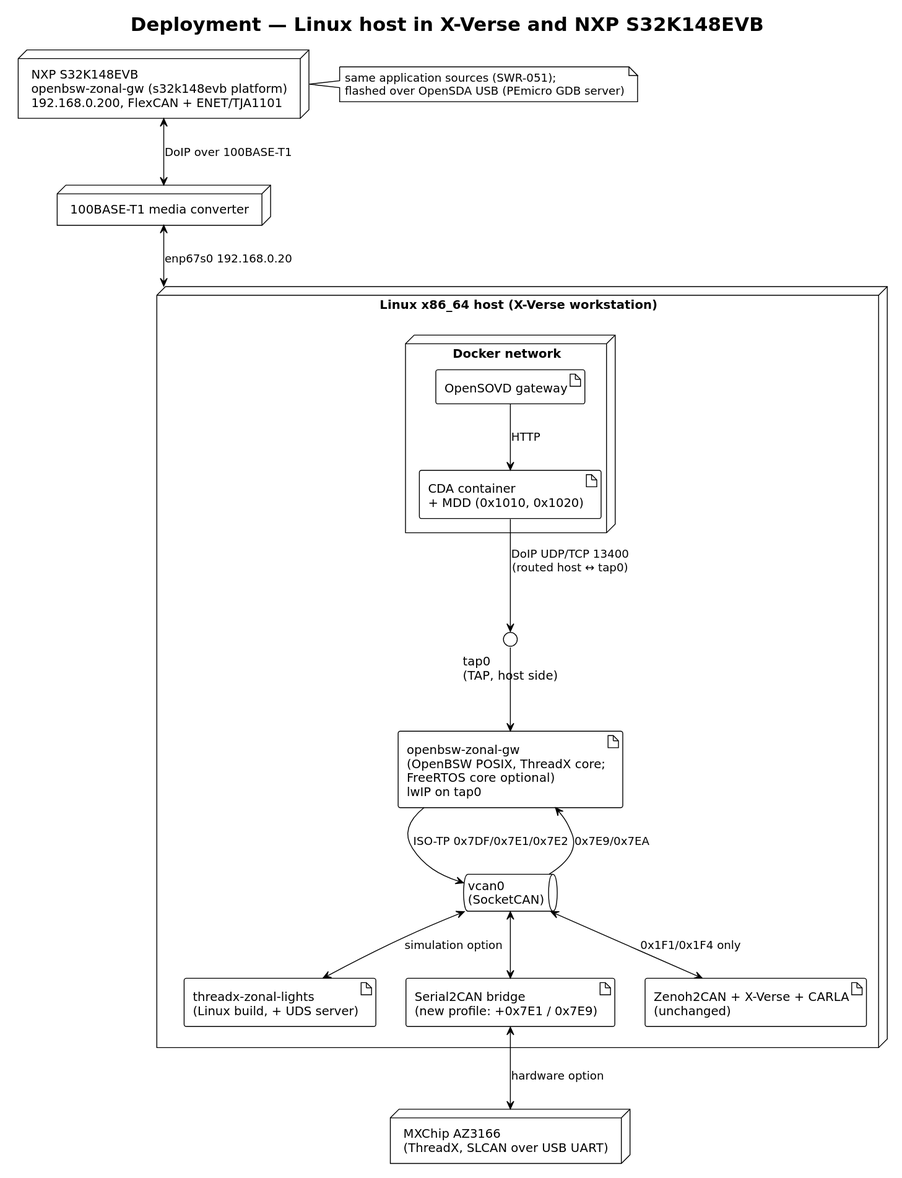
This is OpenBSW/aspice/report/diagrams/deployment.svg from Eclipse-SDV-Hackathon-Chapter-Four/Thinking_CAPs, a PlantUML export, as it was before one commit.
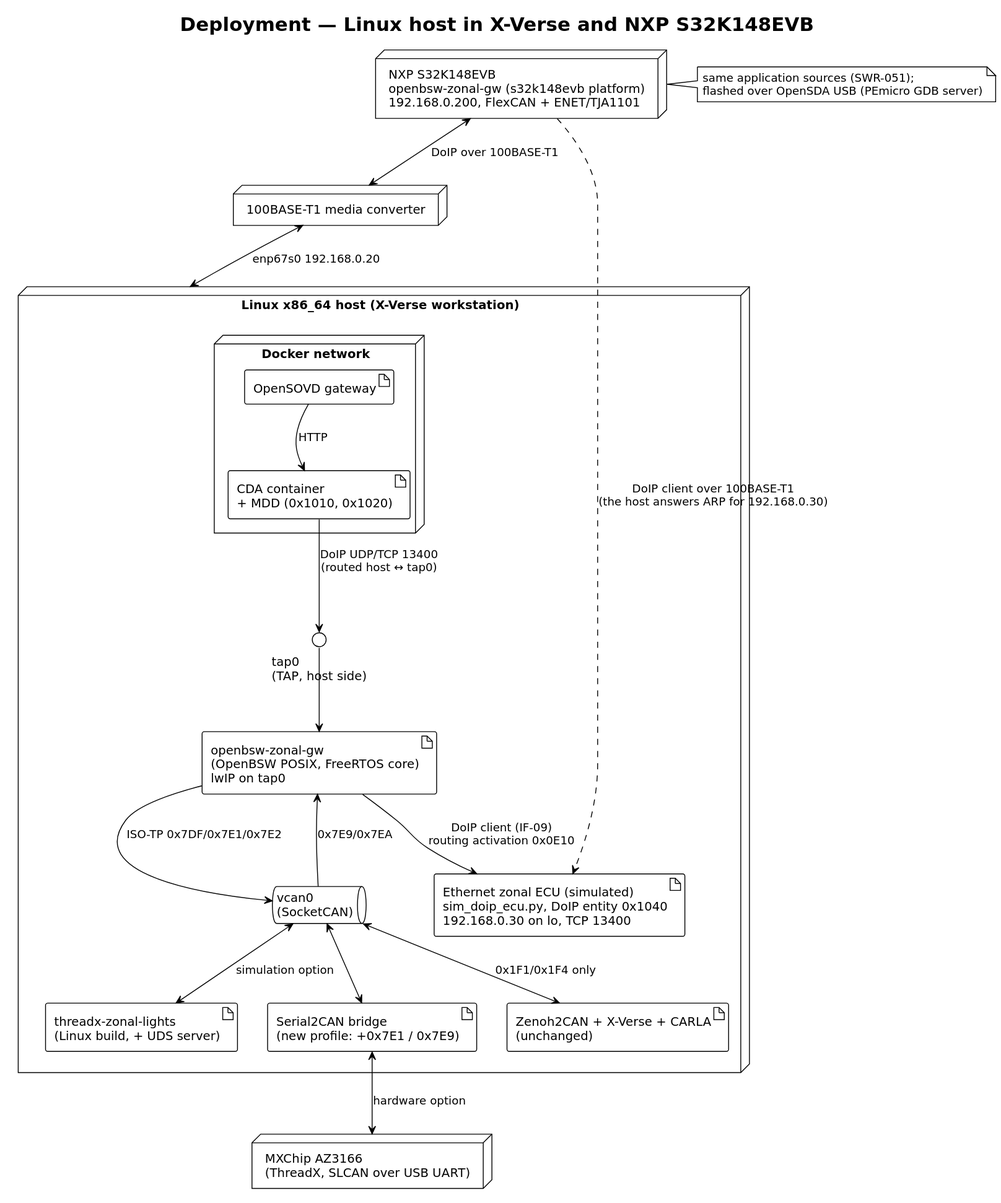
After the change.

Change to the diagram source:
```diff
@@ -10,11 +10,12 @@
     artifact "CDA container\n+ MDD (0x1010, 0x1020)" as CDA
   }
   interface "tap0\n(TAP, host side)" as TAP
-  artifact "openbsw-zonal-gw\n(OpenBSW POSIX, ThreadX core;\nFreeRTOS core optional)\nlwIP on tap0" as GW
+  artifact "openbsw-zonal-gw\n(OpenBSW POSIX, FreeRTOS core)\nlwIP on tap0" as GW
   queue "vcan0\n(SocketCAN)" as VCAN
   artifact "threadx-zonal-lights\n(Linux build, + UDS server)" as TXL
   artifact "Serial2CAN bridge\n(new profile: +0x7E1 / 0x7E9)" as S2C
   artifact "Zenoh2CAN + X-Verse + CARLA\n(unchanged)" as XV
+  artifact "Ethernet zonal ECU (simulated)\nsim_doip_ecu.py, DoIP entity 0x1040\n192.168.0.30 on lo, TCP 13400" as EZ
 }
 
 node "MXChip AZ3166\n(ThreadX, SLCAN over USB UART)" as AZ
@@ -23,6 +24,7 @@
 SOVD --> CDA : HTTP
 CDA --> TAP : DoIP UDP/TCP 13400\n(routed host ↔ tap0)
 TAP --> GW
+GW --> EZ : DoIP client (IF-09)\nrouting activation 0x0E10
 GW --> VCAN : ISO-TP 0x7DF/0x7E1/0x7E2
 VCAN --> GW : 0x7E9/0x7EA
 VCAN <--> TXL : simulation option
@@ -32,5 +34,6 @@
 node "100BASE-T1 media converter" as MC
 S32 <--> MC : DoIP over 100BASE-T1
 MC <--> H : enp67s0 192.168.0.20
+S32 ..> EZ : DoIP client over 100BASE-T1\n(the host answers ARP for 192.168.0.30)
 note right of S32 : same application sources (SWR-051);\nflashed over OpenSDA USB (PEmicro GDB server)
 @enduml
```
